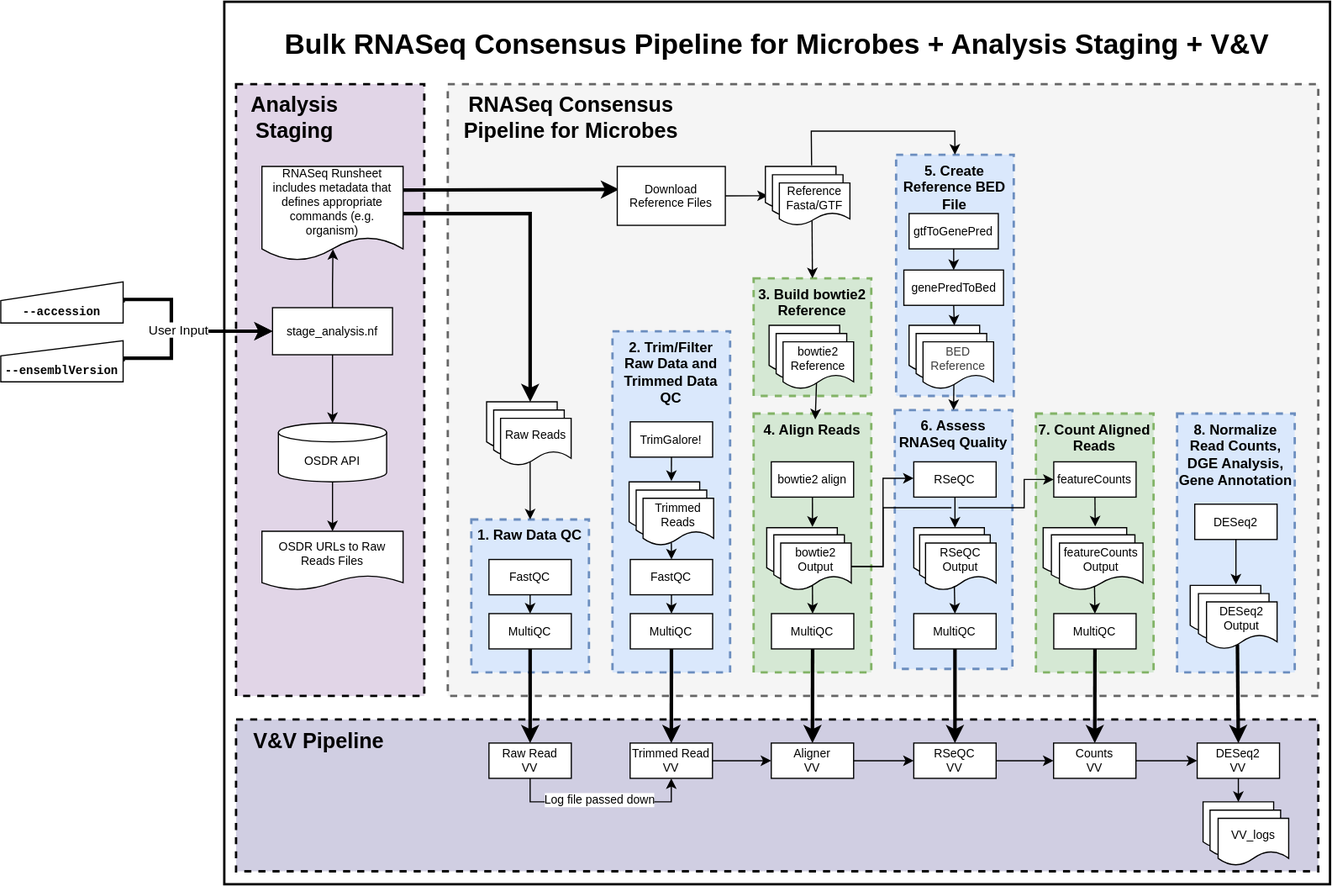
torres-alexis/GeneLab_Data_Processing keeps this draw.io diagram as RNAseq/images/NF_RCP_prok_wf_diagram.svg. Above is the earlier version. Source tidied: cells renumbered, new cells last; positions are measured from the earlier drawing's top-left corner, leaving out a move shared by most shapes.
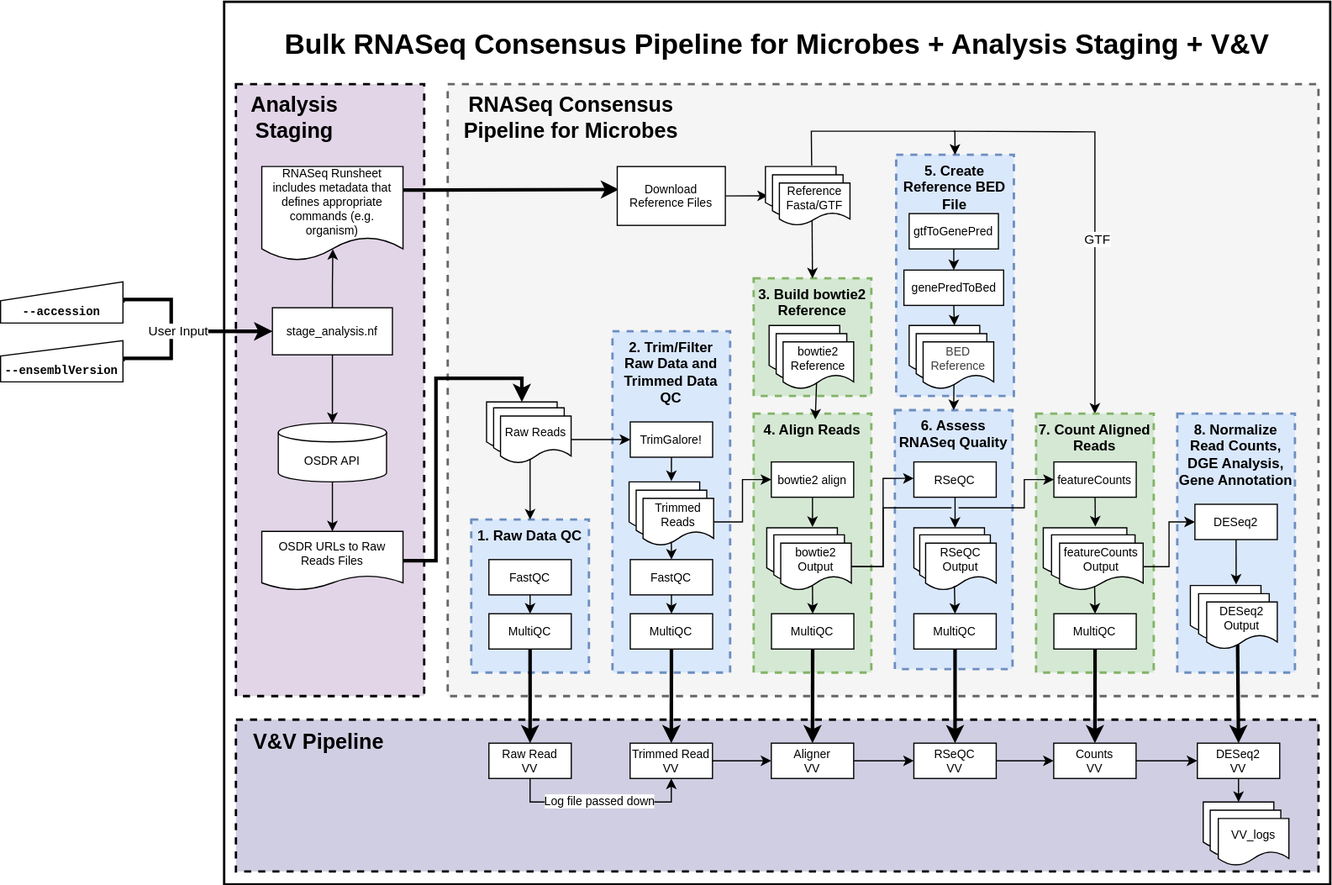
After the commit.

What changed in the source:
```diff
@@ -35,6 +35,15 @@
     <mxCell id="12" value="OSDR API" style="shape=cylinder3;whiteSpace=wrap;html=1;boundedLbl=1;backgroundOutline=1;size=8;fontSize=10;" parent="1" vertex="1">
       <mxGeometry x="236" y="358" width="92" height="50" as="geometry" />
     </mxCell>
+    <mxCell id="117" style="edgeStyle=orthogonalEdgeStyle;rounded=0;jettySize=auto;html=1;exitX=1;exitY=0.5;exitDx=0;exitDy=0;entryX=0.5;entryY=0;entryDx=0;entryDy=0;strokeWidth=3;" parent="1" edge="1" source="13" target="96">
+      <mxGeometry relative="1" as="geometry">
+        <Array as="points">
+          <mxPoint x="370" y="475" />
+          <mxPoint x="370" y="320" />
+          <mxPoint x="443" y="320" />
+        </Array>
+      </mxGeometry>
+    </mxCell>
     <mxCell id="13" value="OSDR URLs to Raw Reads Files" style="shape=document;whiteSpace=wrap;html=1;boundedLbl=1;size=0.25;fontSize=10;" parent="1" vertex="1">
       <mxGeometry x="222" y="450" width="120" height="50" as="geometry" />
     </mxCell>
@@ -167,6 +176,14 @@
     <mxCell id="49" value="&lt;span&gt;RSeQC&lt;/span&gt;" style="rounded=0;whiteSpace=wrap;html=1;fontSize=10;" parent="1" vertex="1">
       <mxGeometry x="776.1" y="391" width="70" height="30" as="geometry" />
     </mxCell>
+    <mxCell id="118" style="edgeStyle=orthogonalEdgeStyle;rounded=0;jettySize=auto;html=1;entryX=0.5;entryY=0;entryDx=0;entryDy=0;" parent="1" edge="1" target="59">
+      <mxGeometry relative="1" as="geometry">
+        <mxPoint x="810" y="110" as="sourcePoint" />
+      </mxGeometry>
+    </mxCell>
+    <mxCell id="119" value="GTF" style="edgeLabel;html=1;align=center;verticalAlign=middle;" parent="118" vertex="1">
+      <mxGeometry x="0.17" y="1" relative="1" as="geometry" />
+    </mxCell>
     <mxCell id="50" value="&lt;span style=&quot;color: rgb(0, 0, 0); font-weight: 700;&quot;&gt;5. Create Reference BED File&lt;/span&gt;" style="rounded=0;whiteSpace=wrap;html=1;align=center;dashed=1;strokeWidth=2;fillColor=#dae8fc;strokeColor=#6c8ebf;verticalAlign=top;" parent="1" vertex="1">
       <mxGeometry x="761.1" y="130" width="100" height="205" as="geometry" />
     </mxCell>
@@ -290,6 +307,9 @@
     <mxCell id="88" style="shape=document;whiteSpace=wrap;html=1;boundedLbl=1;" parent="1" vertex="1">
       <mxGeometry x="893.1" y="453" width="71" height="40" as="geometry" />
     </mxCell>
+    <mxCell id="120" style="edgeStyle=orthogonalEdgeStyle;rounded=0;jettySize=auto;html=1;exitX=1;exitY=0.5;exitDx=0;exitDy=0;entryX=0;entryY=0.5;entryDx=0;entryDy=0;" parent="1" edge="1" source="89" target="69">
+      <mxGeometry relative="1" as="geometry" />
+    </mxCell>
     <mxCell id="89" value="featureCounts Output" style="shape=document;whiteSpace=wrap;html=1;boundedLbl=1;fontSize=10;" parent="1" vertex="1">
       <mxGeometry x="900" y="460" width="71" height="40" as="geometry" />
     </mxCell>
@@ -308,6 +328,9 @@
     <mxCell id="94" style="shape=document;whiteSpace=wrap;html=1;boundedLbl=1;fontSize=10;" parent="1" vertex="1">
       <mxGeometry x="540.1" y="415" width="60" height="40" as="geometry" />
     </mxCell>
+    <mxCell id="121" style="edgeStyle=orthogonalEdgeStyle;rounded=0;jettySize=auto;html=1;exitX=1;exitY=0.5;exitDx=0;exitDy=0;entryX=0;entryY=0.5;entryDx=0;entryDy=0;" parent="1" edge="1" source="95" target="41">
+      <mxGeometry relative="1" as="geometry" />
+    </mxCell>
     <mxCell id="95" value="Trimmed Reads" style="shape=document;whiteSpace=wrap;html=1;boundedLbl=1;fontSize=10;" parent="1" vertex="1">
       <mxGeometry x="546" y="422" width="60" height="40" as="geometry" />
     </mxCell>
@@ -315,10 +338,13 @@
       <mxGeometry x="413" y="340" width="60" height="40" as="geometry" />
     </mxCell>
     <mxCell id="97" style="shape=document;whiteSpace=wrap;html=1;boundedLbl=1;" parent="1" vertex="1">
-      <mxGeometry x="419" y="347" width="60" height="40" as="geometry" />
+      <mxGeometry x="419" y="345" width="60" height="40" as="geometry" />
     </mxCell>
+    <mxCell id="122" style="edgeStyle=orthogonalEdgeStyle;rounded=0;jettySize=auto;html=1;exitX=1;exitY=0.5;exitDx=0;exitDy=0;entryX=0;entryY=0.5;entryDx=0;entryDy=0;" parent="1" edge="1" source="98" target="30">
+      <mxGeometry relative="1" as="geometry" />
+    </mxCell>
     <mxCell id="98" value="Raw Reads" style="shape=document;whiteSpace=wrap;html=1;boundedLbl=1;fontSize=10;" parent="1" vertex="1">
-      <mxGeometry x="424.9" y="354" width="60" height="40" as="geometry" />
+      <mxGeometry x="424.9" y="352" width="60" height="40" as="geometry" />
     </mxCell>
     <mxCell id="99" style="shape=document;whiteSpace=wrap;html=1;boundedLbl=1;" parent="1" vertex="1">
       <mxGeometry x="1011.1" y="496" width="60" height="40" as="geometry" />
@@ -383,12 +409,5 @@
     <mxCell id="115" style="edgeStyle=none;html=1;exitX=0.401;exitY=0.947;exitDx=0;exitDy=0;entryX=0.5;entryY=0;entryDx=0;entryDy=0;exitPerimeter=0;" parent="1" edge="1" source="95" target="27">
       <mxGeometry relative="1" as="geometry" />
     </mxCell>
-    <mxCell id="116" style="endArrow=classic;html=1;exitX=1;exitY=0.5;exitDx=0;exitDy=0;rounded=0;curved=0;strokeWidth=3;entryX=0.617;entryY=0.002;entryDx=0;entryDy=0;entryPerimeter=0;" parent="1" edge="1" source="10" target="96">
-      <mxGeometry relative="1" as="geometry">
-        <Array as="points">
-          <mxPoint x="450" y="180" />
-        </Array>
-      </mxGeometry>
-    </mxCell>
   </root>
 </mxGraphModel>
```
